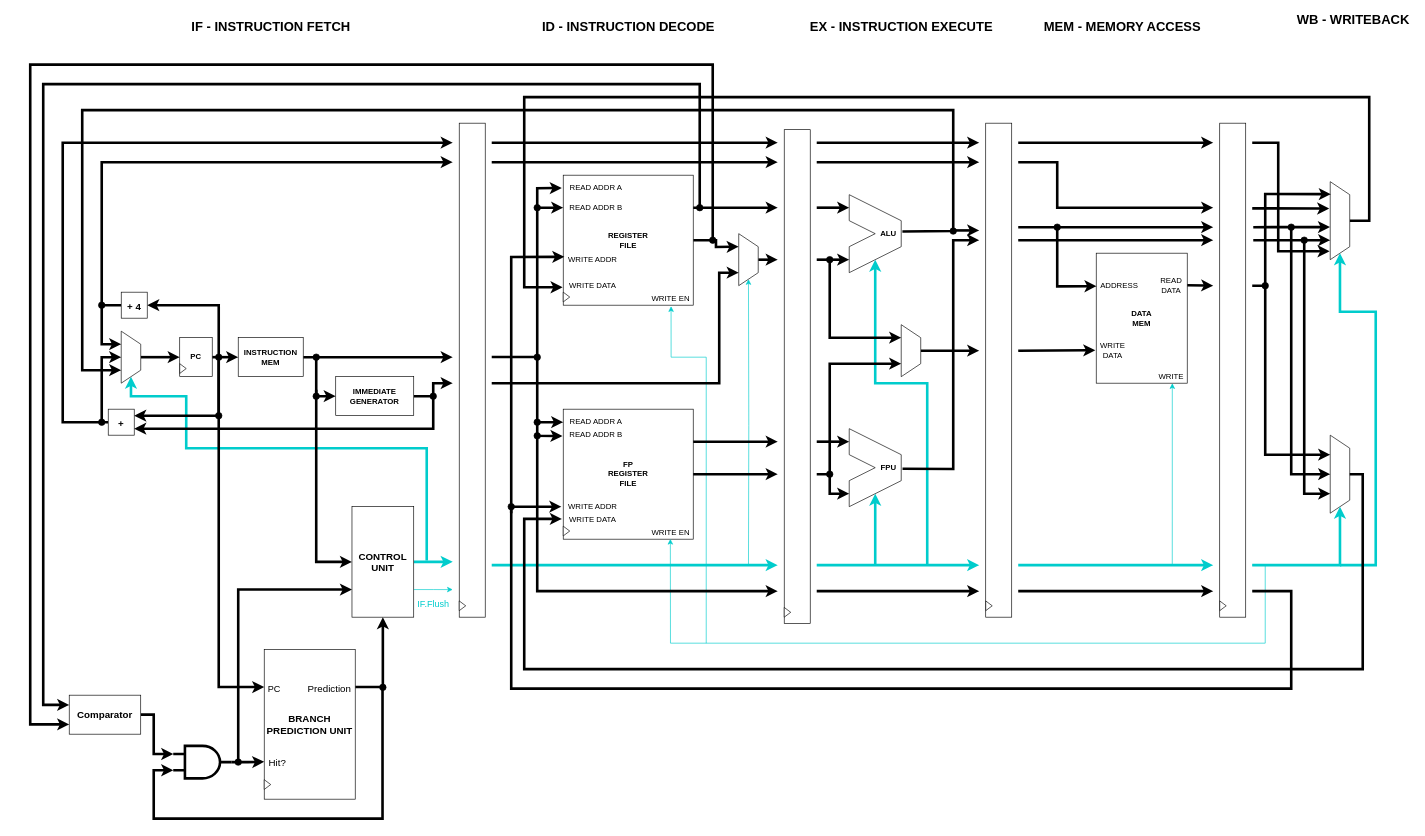
Above: page "Overview" (1 of 12) of Diagrams/RV64IF_official.drawio in hohaicongthuan/RV64IF (draw.io), before the change. Source tidied: cells renumbered, new cells numbered last; positions are measured from the earlier drawing's top-left corner, leaving out a move shared by most shapes. Both pictures are drawn from the tidied source at 65%, with x=0, y=0 at pixel (30, 12).
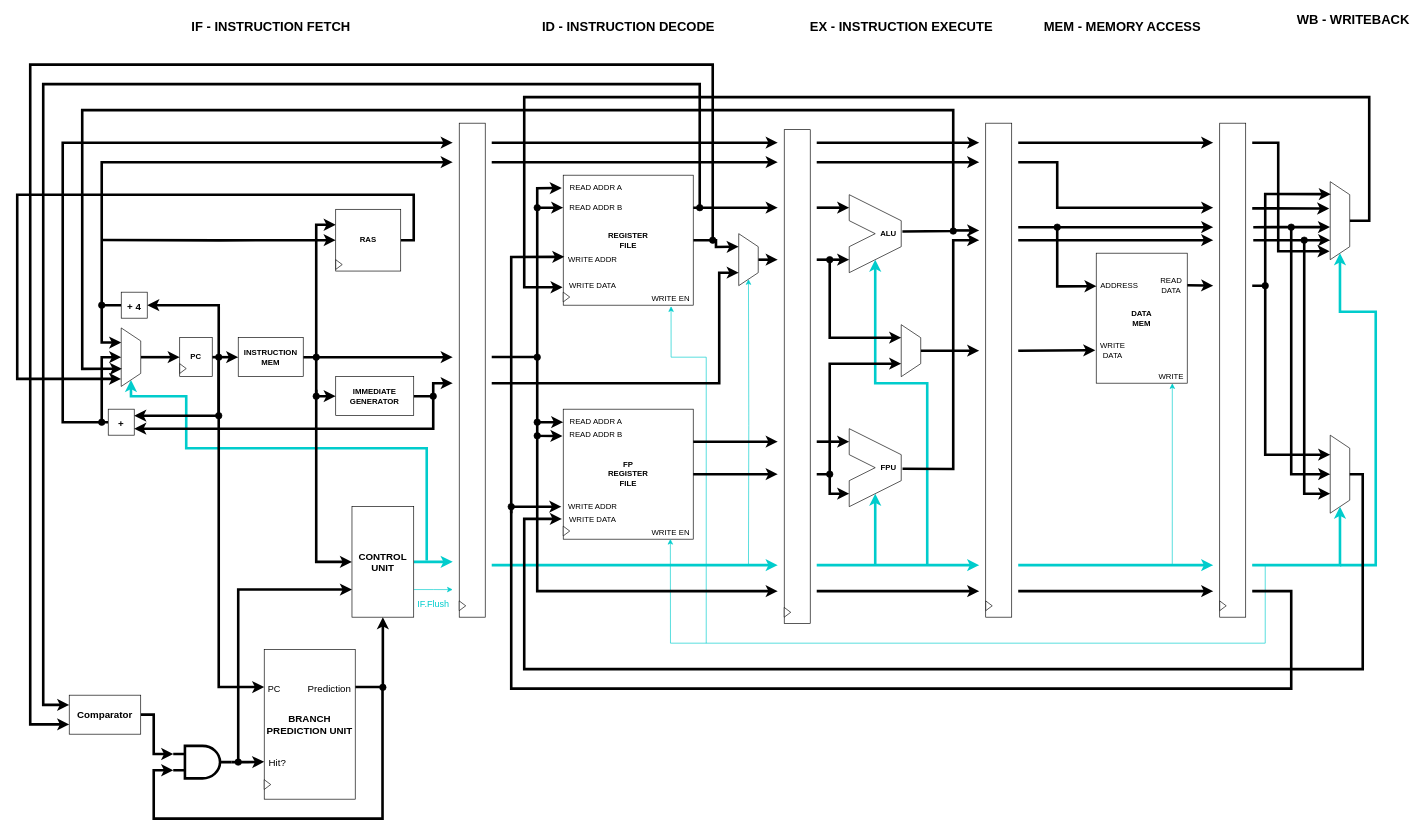
The same page after the edit.

The change refers to these unchanged cells:
```xml
<mxCell id="24" value="&lt;b&gt;ALU&lt;/b&gt;" style="text;html=1;align=center;verticalAlign=middle;points=[];strokeColor=none;fillColor=none;" parent="1" vertex="1">
  <mxGeometry x="1300" y="330" width="40" height="20" as="geometry" />
</mxCell>
<mxCell id="43" value="&lt;b&gt;&lt;font style=&quot;font-size: 15px&quot;&gt;+ 4&lt;/font&gt;&lt;/b&gt;" style="rounded=0;whiteSpace=wrap;html=1;fontSize=20;" parent="1" vertex="1">
  <mxGeometry x="140" y="430" width="40" height="40" as="geometry" />
</mxCell>
```

Change to the diagram source:
```diff
@@
     <mxCell id="42" style="edgeStyle=orthogonalEdgeStyle;rounded=0;jettySize=auto;html=1;exitX=0;exitY=0.5;exitDx=0;exitDy=0;entryX=0.25;entryY=1;entryDx=0;entryDy=0;fontSize=15;strokeWidth=4;" parent="1" edge="1" source="43" target="46">
       <mxGeometry relative="1" as="geometry">
         <Array as="points">
           <mxPoint x="110" y="450" />
-          <mxPoint x="110" y="510" />
+          <mxPoint x="110" y="508" />
+          <mxPoint x="140" y="508" />
         </Array>
       </mxGeometry>
     </mxCell>
@@
     <mxCell id="46" style="shape=trapezoid;perimeter=trapezoidPerimeter;whiteSpace=wrap;html=1;fixedSize=1;direction=south;" parent="1" vertex="1">
-      <mxGeometry x="140" y="490" width="30" height="80" as="geometry" />
+      <mxGeometry x="140" y="485" width="30" height="90" as="geometry" />
     </mxCell>
@@
-    <mxCell id="65" style="endArrow=classic;html=1;rounded=0;fontSize=15;strokeWidth=4;exitX=1.045;exitY=0.33;exitDx=0;exitDy=0;exitPerimeter=0;entryX=0.75;entryY=1;entryDx=0;entryDy=0;" parent="1" edge="1" source="24" target="46">
+    <mxCell id="65" style="endArrow=classic;html=1;rounded=0;fontSize=15;strokeWidth=4;exitX=1.045;exitY=0.33;exitDx=0;exitDy=0;exitPerimeter=0;entryX=0.698;entryY=0.967;entryDx=0;entryDy=0;entryPerimeter=0;" parent="1" edge="1" source="24" target="46">
       <mxGeometry relative="1" as="geometry">
         <Array as="points">
           <mxPoint x="1420" y="336" />
           <mxPoint x="1420" y="150" />
           <mxPoint x="80" y="150" />
-          <mxPoint x="80" y="550" />
+          <mxPoint x="80" y="548" />
         </Array>
       </mxGeometry>
     </mxCell>
@@
+    <mxCell id="163" style="edgeStyle=orthogonalEdgeStyle;rounded=0;jettySize=auto;html=1;exitX=0;exitY=0.25;exitDx=0;exitDy=0;strokeWidth=4;entryX=0;entryY=0.25;entryDx=0;entryDy=0;" parent="1" edge="1" target="166">
+      <mxGeometry relative="1" as="geometry">
+        <mxPoint x="440" y="530" as="sourcePoint" />
+        <Array as="points">
+          <mxPoint x="440" y="326" />
+        </Array>
+      </mxGeometry>
+    </mxCell>
+    <mxCell id="164" style="edgeStyle=orthogonalEdgeStyle;rounded=0;jettySize=auto;html=1;exitX=0;exitY=0.5;exitDx=0;exitDy=0;strokeWidth=4;entryX=0;entryY=0.5;entryDx=0;entryDy=0;" parent="1" edge="1" target="166">
+      <mxGeometry relative="1" as="geometry">
+        <mxPoint x="110" y="349.8" as="sourcePoint" />
+      </mxGeometry>
+    </mxCell>
+    <mxCell id="165" style="edgeStyle=orthogonalEdgeStyle;rounded=0;jettySize=auto;html=1;exitX=1;exitY=0.5;exitDx=0;exitDy=0;strokeWidth=4;entryX=0.871;entryY=1.007;entryDx=0;entryDy=0;entryPerimeter=0;" parent="1" edge="1" source="166" target="46">
+      <mxGeometry relative="1" as="geometry">
+        <Array as="points">
+          <mxPoint x="590" y="350" />
+          <mxPoint x="590" y="280" />
+          <mxPoint x="-20" y="280" />
+          <mxPoint x="-20" y="563" />
+          <mxPoint x="140" y="563" />
+        </Array>
+      </mxGeometry>
+    </mxCell>
+    <mxCell id="166" value="&lt;b&gt;RAS&lt;/b&gt;" style="rounded=0;whiteSpace=wrap;html=1;" parent="1" vertex="1">
+      <mxGeometry x="470" y="302.5" width="100" height="95" as="geometry" />
+    </mxCell>
+    <mxCell id="167" style="triangle;whiteSpace=wrap;html=1;" parent="1" vertex="1">
+      <mxGeometry x="470" y="380" width="10" height="15" as="geometry" />
+    </mxCell>
```
